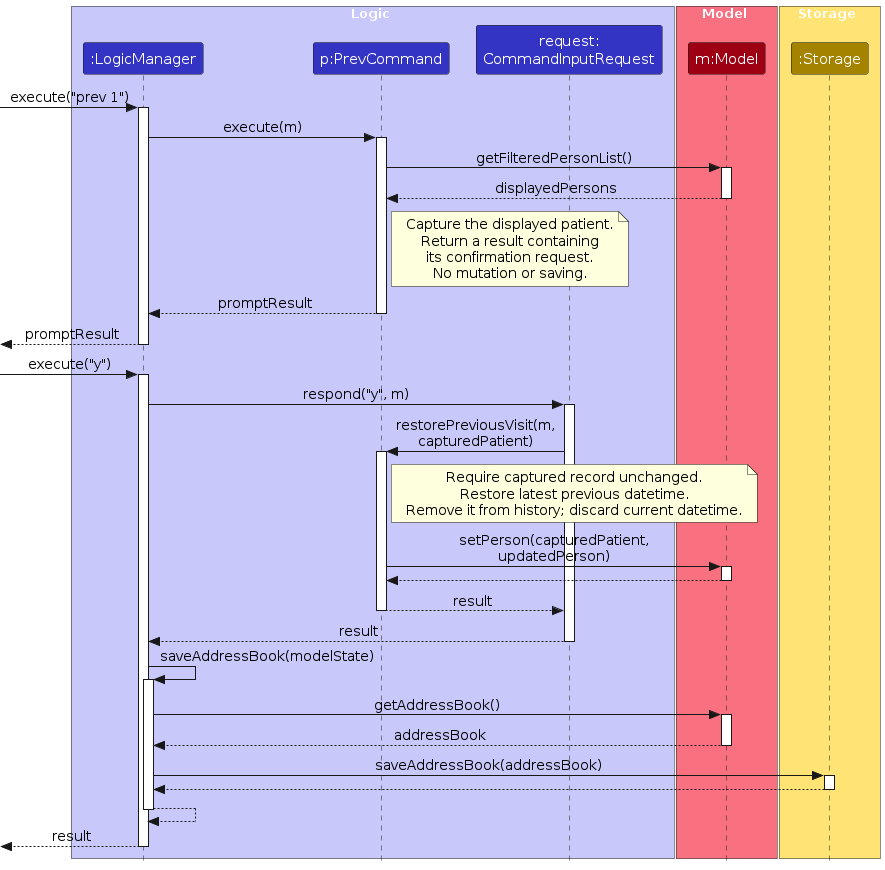
Above: diagrams/PrevSequenceDiagram.png in AY2627S1-CS2103T-T09-4/tp (PlantUML), before the change. Its source is kept beside it as diagrams/PrevSequenceDiagram.puml.
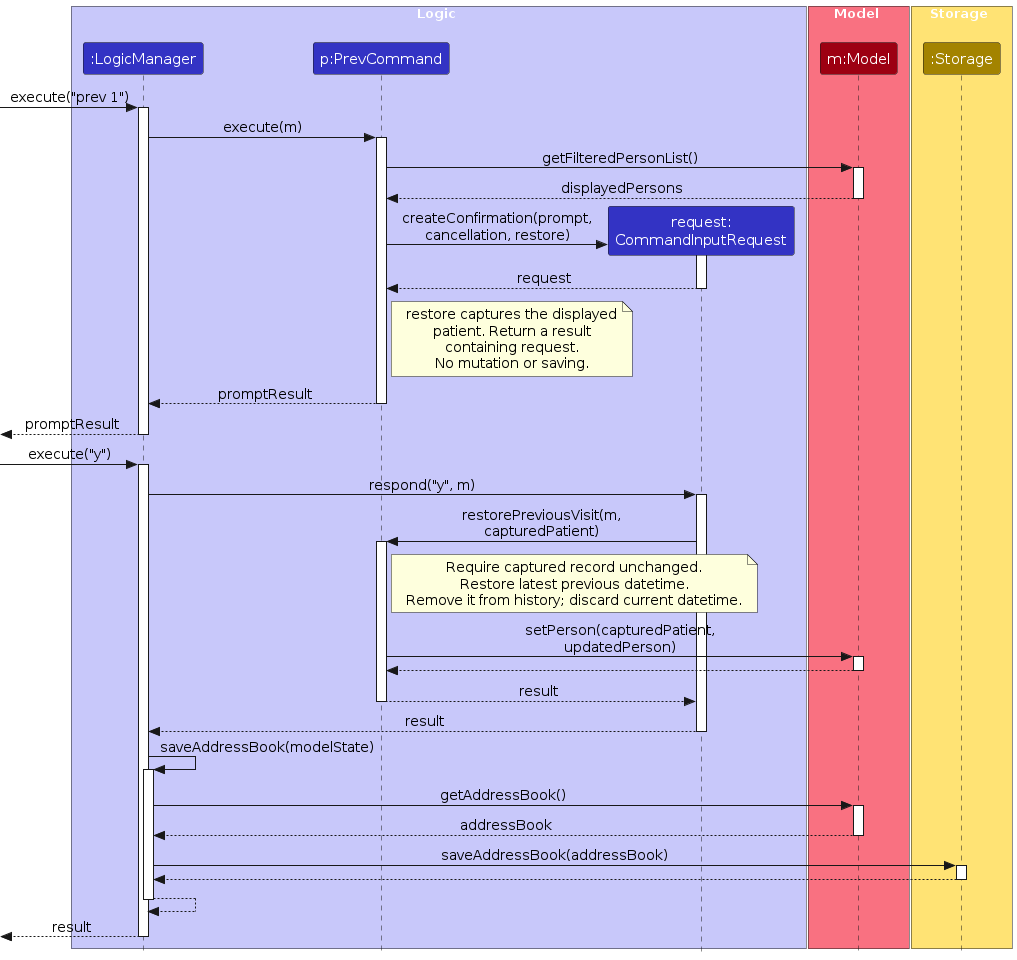
After the change.

Change to the diagram source:
```diff
@@ -40,10 +40,16 @@
 Model --> PrevCommand : displayedPersons
 deactivate Model
 
+create InputRequest
+PrevCommand -> InputRequest : createConfirmation(prompt,\ncancellation, restore)
+activate InputRequest
+InputRequest --> PrevCommand : request
+deactivate InputRequest
+
 note right of PrevCommand
-  Capture the displayed patient.
-  Return a result containing
-  its confirmation request.
+  restore captures the displayed
+  patient. Return a result
+  containing request.
   No mutation or saving.
 end note
 
```
